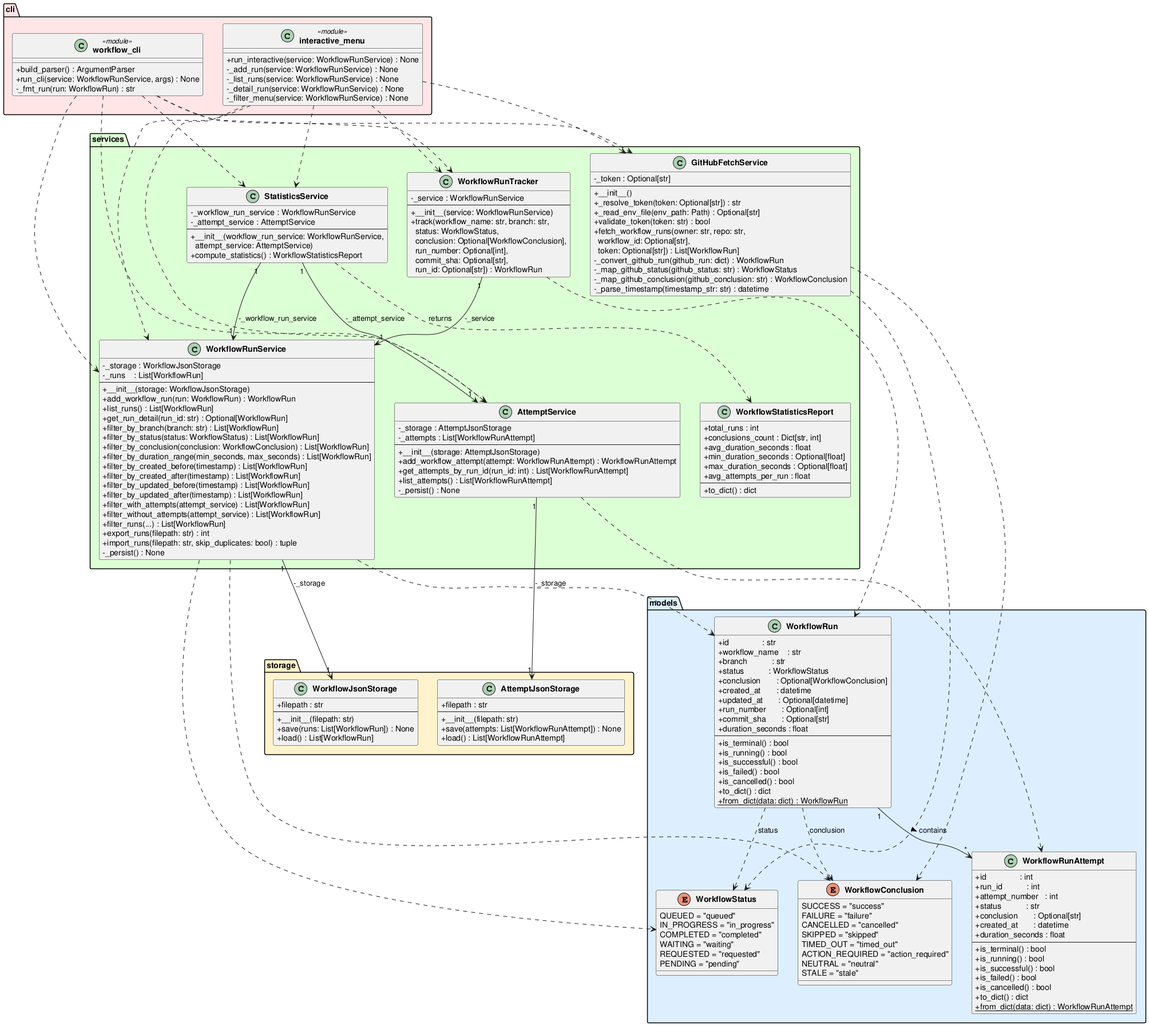
Before: experiments/broadcast/structured_text/github-workflow-manager/artifacts/class_diagram.png, a diagram exported from PlantUML (DanielRiha8906/Software_autoevolution_using_agents).
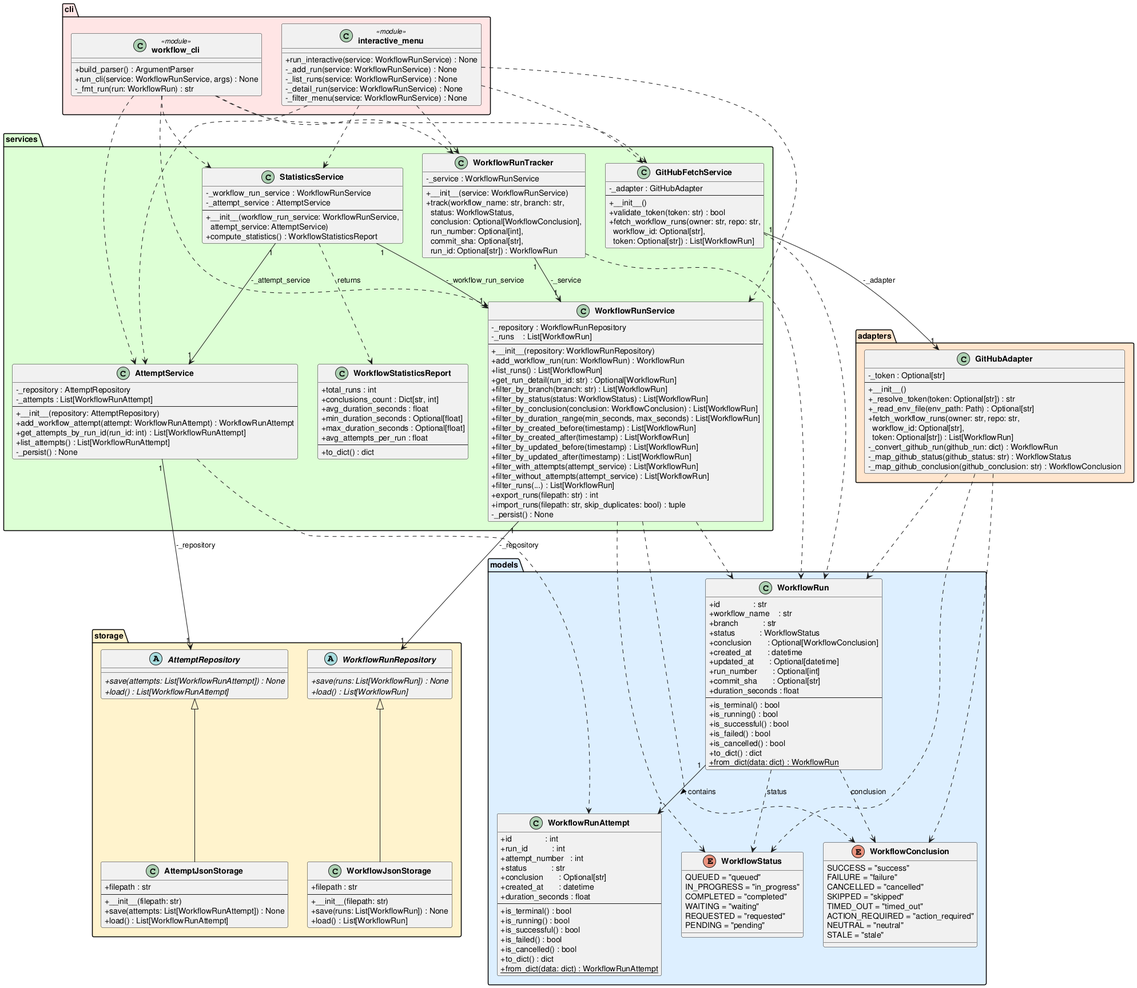
After the commit.

The edit, as a diff of the source:
```diff
@@ -65,6 +65,16 @@
 }
 
 package "storage" #FFF3CC {
+    abstract class WorkflowRunRepository {
+        {abstract} +save(runs: List[WorkflowRun]) : None
+        {abstract} +load() : List[WorkflowRun]
+    }
+
+    abstract class AttemptRepository {
+        {abstract} +save(attempts: List[WorkflowRunAttempt]) : None
+        {abstract} +load() : List[WorkflowRunAttempt]
+    }
+
     class WorkflowJsonStorage {
         +filepath : str
         --
@@ -80,14 +90,17 @@
         +save(attempts: List[WorkflowRunAttempt]) : None
         +load() : List[WorkflowRunAttempt]
     }
+
+    WorkflowRunRepository <|-- WorkflowJsonStorage
+    AttemptRepository <|-- AttemptJsonStorage
 }
 
 package "services" #DDFFD4 {
     class WorkflowRunService {
-        -_storage : WorkflowJsonStorage
+        -_repository : WorkflowRunRepository
         -_runs    : List[WorkflowRun]
         --
-        +__init__(storage: WorkflowJsonStorage)
+        +__init__(repository: WorkflowRunRepository)
         +add_workflow_run(run: WorkflowRun) : WorkflowRun
         +list_runs() : List[WorkflowRun]
         +get_run_detail(run_id: str) : Optional[WorkflowRun]
@@ -115,10 +128,10 @@
     }
 
     class AttemptService {
-        -_storage : AttemptJsonStorage
+        -_repository : AttemptRepository
         -_attempts : List[WorkflowRunAttempt]
         --
-        +__init__(storage: AttemptJsonStorage)
+        +__init__(repository: AttemptRepository)
         +add_workflow_attempt(attempt: WorkflowRunAttempt) : WorkflowRunAttempt
         +get_attempts_by_run_id(run_id: int) : List[WorkflowRunAttempt]
         +list_attempts() : List[WorkflowRunAttempt]
@@ -145,17 +158,25 @@
     }
 
     class GitHubFetchService {
+        -_adapter : GitHubAdapter
+        --
+        +__init__()
+        +validate_token(token: str) : bool
+        +fetch_workflow_runs(owner: str, repo: str,\n  workflow_id: Optional[str],\n  token: Optional[str]) : List[WorkflowRun]
+    }
+}
+
+package "adapters" #FFE5CC {
+    class GitHubAdapter {
         -_token : Optional[str]
         --
         +__init__()
         +_resolve_token(token: Optional[str]) : str
         +_read_env_file(env_path: Path) : Optional[str]
-        +validate_token(token: str) : bool
         +fetch_workflow_runs(owner: str, repo: str,\n  workflow_id: Optional[str],\n  token: Optional[str]) : List[WorkflowRun]
         -_convert_github_run(github_run: dict) : WorkflowRun
         -_map_github_status(github_status: str) : WorkflowStatus
         -_map_github_conclusion(github_conclusion: str) : WorkflowConclusion
-        -_parse_timestamp(timestamp_str: str) : datetime
     }
 }
 
@@ -178,17 +199,19 @@
 WorkflowRun                "1" --> "*" WorkflowRunAttempt   : contains >
 WorkflowRun                ..>  WorkflowStatus        : status
 WorkflowRun                ..>  WorkflowConclusion    : conclusion
-WorkflowRunService    "1" --> "1" WorkflowJsonStorage : -_storage
+WorkflowRunService    "1" --> "1" WorkflowRunRepository : -_repository
 WorkflowRunService         ..>  WorkflowRun
 WorkflowRunService         ..>  WorkflowStatus
 WorkflowRunService         ..>  WorkflowConclusion
 WorkflowRunTracker    "1" --> "1" WorkflowRunService  : -_service
 WorkflowRunTracker         ..>  WorkflowRun
-AttemptService       "1" --> "1" AttemptJsonStorage   : -_storage
+AttemptService       "1" --> "1" AttemptRepository   : -_repository
 AttemptService             ..>  WorkflowRunAttempt
 StatisticsService    "1" --> "1" WorkflowRunService  : -_workflow_run_service
 StatisticsService    "1" --> "1" AttemptService      : -_attempt_service
 StatisticsService          ..>  WorkflowStatisticsReport : returns
+GitHubFetchService   "1" --> "1" GitHubAdapter       : -_adapter
+GitHubFetchService         ..>  WorkflowRun
 "workflow_cli"             ..>  WorkflowRunService
 "workflow_cli"             ..>  WorkflowRunTracker
 "workflow_cli"             ..>  AttemptService
@@ -199,7 +222,8 @@
 "interactive_menu"         ..>  AttemptService
 "interactive_menu"         ..>  StatisticsService
 "interactive_menu"         ..>  GitHubFetchService
-GitHubFetchService         ..>  WorkflowStatus
-GitHubFetchService         ..>  WorkflowConclusion
+GitHubAdapter              ..>  WorkflowRun
+GitHubAdapter              ..>  WorkflowStatus
+GitHubAdapter              ..>  WorkflowConclusion
 
 @enduml
```
